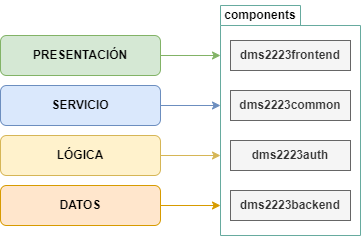
gbd1004/practica-dms-2022-2023 keeps this draw.io diagram as memoria/img/relaciones.png. Above is the earlier version. Source tidied: cells renumbered, new cells last; positions are measured from the earlier drawing's top-left corner, leaving out a move shared by most shapes.
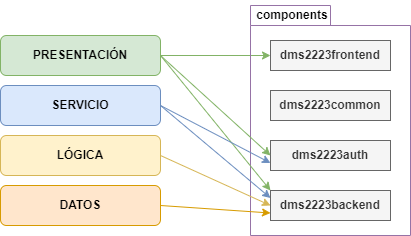
The same diagram one commit later.

Commit message:
[memoria] Últimos cambios de la memoria

The edit, as a diff of the source:
```diff
@@ -2,40 +2,23 @@
   <root>
     <mxCell id="0" />
     <mxCell id="1" parent="0" />
-    <mxCell id="2" style="edgeStyle=orthogonalEdgeStyle;rounded=0;jettySize=auto;html=1;exitX=1;exitY=0.5;exitDx=0;exitDy=0;fillColor=#d5e8d4;strokeColor=#82b366;" parent="1" edge="1" source="3">
-      <mxGeometry relative="1" as="geometry">
-        <mxPoint x="220" y="55" as="targetPoint" />
-      </mxGeometry>
+    <mxCell id="2" style="edgeStyle=orthogonalEdgeStyle;rounded=0;jettySize=auto;html=1;exitX=1;exitY=0.5;exitDx=0;exitDy=0;fillColor=#d5e8d4;strokeColor=#82b366;entryX=0;entryY=0.5;entryDx=0;entryDy=0;" parent="1" edge="1" source="3" target="11">
+      <mxGeometry relative="1" as="geometry" />
     </mxCell>
     <mxCell id="3" value="&lt;b&gt;PRESENTACIÓN&lt;/b&gt;" style="rounded=1;whiteSpace=wrap;html=1;fillColor=#d5e8d4;strokeColor=#82b366;" parent="1" vertex="1">
-      <mxGeometry y="35" width="160" height="40" as="geometry" />
+      <mxGeometry x="-40" y="35" width="160" height="40" as="geometry" />
     </mxCell>
-    <mxCell id="4" style="edgeStyle=orthogonalEdgeStyle;rounded=0;jettySize=auto;html=1;exitX=1;exitY=0.5;exitDx=0;exitDy=0;fillColor=#dae8fc;strokeColor=#6c8ebf;" parent="1" edge="1" source="5">
-      <mxGeometry relative="1" as="geometry">
-        <mxPoint x="220" y="105" as="targetPoint" />
-      </mxGeometry>
-    </mxCell>
     <mxCell id="5" value="&lt;b&gt;SERVICIO&lt;/b&gt;" style="rounded=1;whiteSpace=wrap;html=1;fillColor=#dae8fc;strokeColor=#6c8ebf;" parent="1" vertex="1">
-      <mxGeometry y="85" width="160" height="40" as="geometry" />
+      <mxGeometry x="-40" y="85" width="160" height="40" as="geometry" />
     </mxCell>
-    <mxCell id="6" style="edgeStyle=orthogonalEdgeStyle;rounded=0;jettySize=auto;html=1;exitX=1;exitY=0.5;exitDx=0;exitDy=0;fillColor=#fff2cc;strokeColor=#d6b656;" parent="1" edge="1" source="7">
-      <mxGeometry relative="1" as="geometry">
-        <mxPoint x="220" y="155" as="targetPoint" />
-      </mxGeometry>
-    </mxCell>
     <mxCell id="7" value="&lt;b&gt;LÓGICA&lt;/b&gt;" style="rounded=1;whiteSpace=wrap;html=1;fillColor=#fff2cc;strokeColor=#d6b656;" parent="1" vertex="1">
-      <mxGeometry y="135" width="160" height="40" as="geometry" />
+      <mxGeometry x="-40" y="135" width="160" height="40" as="geometry" />
     </mxCell>
-    <mxCell id="8" style="edgeStyle=orthogonalEdgeStyle;rounded=0;jettySize=auto;html=1;exitX=1;exitY=0.5;exitDx=0;exitDy=0;fillColor=#ffe6cc;strokeColor=#d79b00;" parent="1" edge="1" source="10">
-      <mxGeometry relative="1" as="geometry">
-        <mxPoint x="220" y="205" as="targetPoint" />
-      </mxGeometry>
-    </mxCell>
-    <mxCell id="9" style="shape=folder;fontStyle=1;spacingTop=10;tabWidth=80;tabHeight=20;tabPosition=left;html=1;strokeColor=#67AB9F;fillColor=none;" parent="1" vertex="1">
-      <mxGeometry x="220" y="5" width="140" height="230" as="geometry" />
+    <mxCell id="9" style="shape=folder;fontStyle=1;spacingTop=10;tabWidth=80;tabHeight=20;tabPosition=left;html=1;strokeColor=#9673a6;fillColor=none;" parent="1" vertex="1">
+      <mxGeometry x="210" y="5" width="160" height="230" as="geometry" />
     </mxCell>
     <mxCell id="10" value="&lt;b&gt;DATOS&lt;/b&gt;" style="rounded=1;whiteSpace=wrap;html=1;fillColor=#ffe6cc;strokeColor=#d79b00;" parent="1" vertex="1">
-      <mxGeometry y="185" width="160" height="40" as="geometry" />
+      <mxGeometry x="-40" y="185" width="160" height="40" as="geometry" />
     </mxCell>
     <mxCell id="11" value="dms2223frontend" style="text;html=1;strokeColor=#666666;fillColor=#f5f5f5;align=center;verticalAlign=middle;whiteSpace=wrap;rounded=0;fontColor=#333333;fontStyle=1;" parent="1" vertex="1">
       <mxGeometry x="230" y="40" width="120" height="30" as="geometry" />
@@ -50,7 +33,25 @@
       <mxGeometry x="230" y="190" width="120" height="30" as="geometry" />
     </mxCell>
     <mxCell id="15" value="&lt;b&gt;components&lt;/b&gt;" style="text;html=1;strokeColor=none;fillColor=none;align=center;verticalAlign=middle;whiteSpace=wrap;rounded=0;" parent="1" vertex="1">
-      <mxGeometry x="215" width="90" height="30" as="geometry" />
+      <mxGeometry x="207" width="90" height="30" as="geometry" />
     </mxCell>
+    <mxCell id="16" style="endArrow=classic;html=1;rounded=0;fillColor=#d5e8d4;strokeColor=#82b366;exitX=1;exitY=0.5;exitDx=0;exitDy=0;entryX=0;entryY=0;entryDx=0;entryDy=0;" parent="1" edge="1" source="3" target="14">
+      <mxGeometry relative="1" as="geometry" />
+    </mxCell>
+    <mxCell id="17" style="endArrow=classic;html=1;rounded=0;fillColor=#d5e8d4;strokeColor=#82b366;exitX=1;exitY=0.5;exitDx=0;exitDy=0;entryX=0;entryY=0.5;entryDx=0;entryDy=0;" parent="1" edge="1" source="3" target="13">
+      <mxGeometry relative="1" as="geometry" />
+    </mxCell>
+    <mxCell id="18" style="endArrow=classic;html=1;rounded=0;exitX=1;exitY=0.5;exitDx=0;exitDy=0;entryX=0;entryY=0.75;entryDx=0;entryDy=0;fillColor=#dae8fc;strokeColor=#6c8ebf;" parent="1" edge="1" source="5" target="13">
+      <mxGeometry relative="1" as="geometry" />
+    </mxCell>
+    <mxCell id="19" style="endArrow=classic;html=1;rounded=0;exitX=1;exitY=0.5;exitDx=0;exitDy=0;entryX=0;entryY=0.25;entryDx=0;entryDy=0;fillColor=#dae8fc;strokeColor=#6c8ebf;" parent="1" edge="1" source="5" target="14">
+      <mxGeometry relative="1" as="geometry" />
+    </mxCell>
+    <mxCell id="20" style="endArrow=classic;html=1;rounded=0;exitX=1;exitY=0.5;exitDx=0;exitDy=0;entryX=0;entryY=0.5;entryDx=0;entryDy=0;fillColor=#fff2cc;strokeColor=#d6b656;" parent="1" edge="1" source="7" target="14">
+      <mxGeometry relative="1" as="geometry" />
+    </mxCell>
+    <mxCell id="21" style="endArrow=classic;html=1;rounded=0;exitX=1;exitY=0.5;exitDx=0;exitDy=0;fillColor=#ffe6cc;strokeColor=#d79b00;entryX=0;entryY=0.75;entryDx=0;entryDy=0;" parent="1" edge="1" source="10" target="14">
+      <mxGeometry relative="1" as="geometry" />
+    </mxCell>
   </root>
 </mxGraphModel>
```
